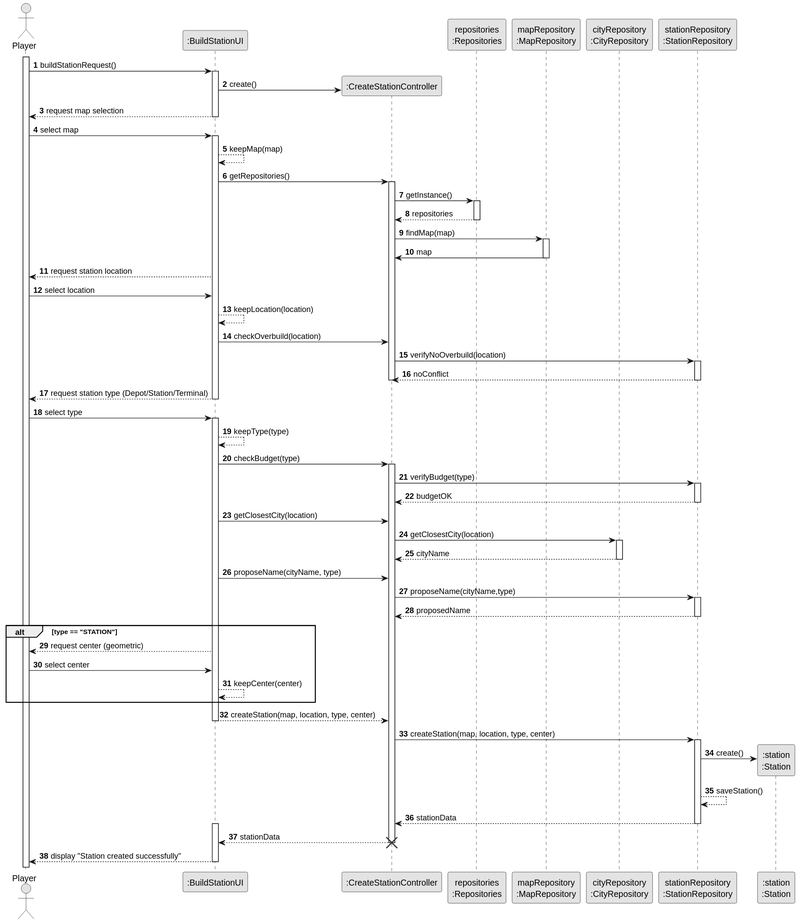
goncalolopesp/sem2-pi-24.25-g093-repo keeps this PlantUML diagram as docs/system-documentation/US005/03.design/svg/US005-SD.svg. Above is the earlier version.
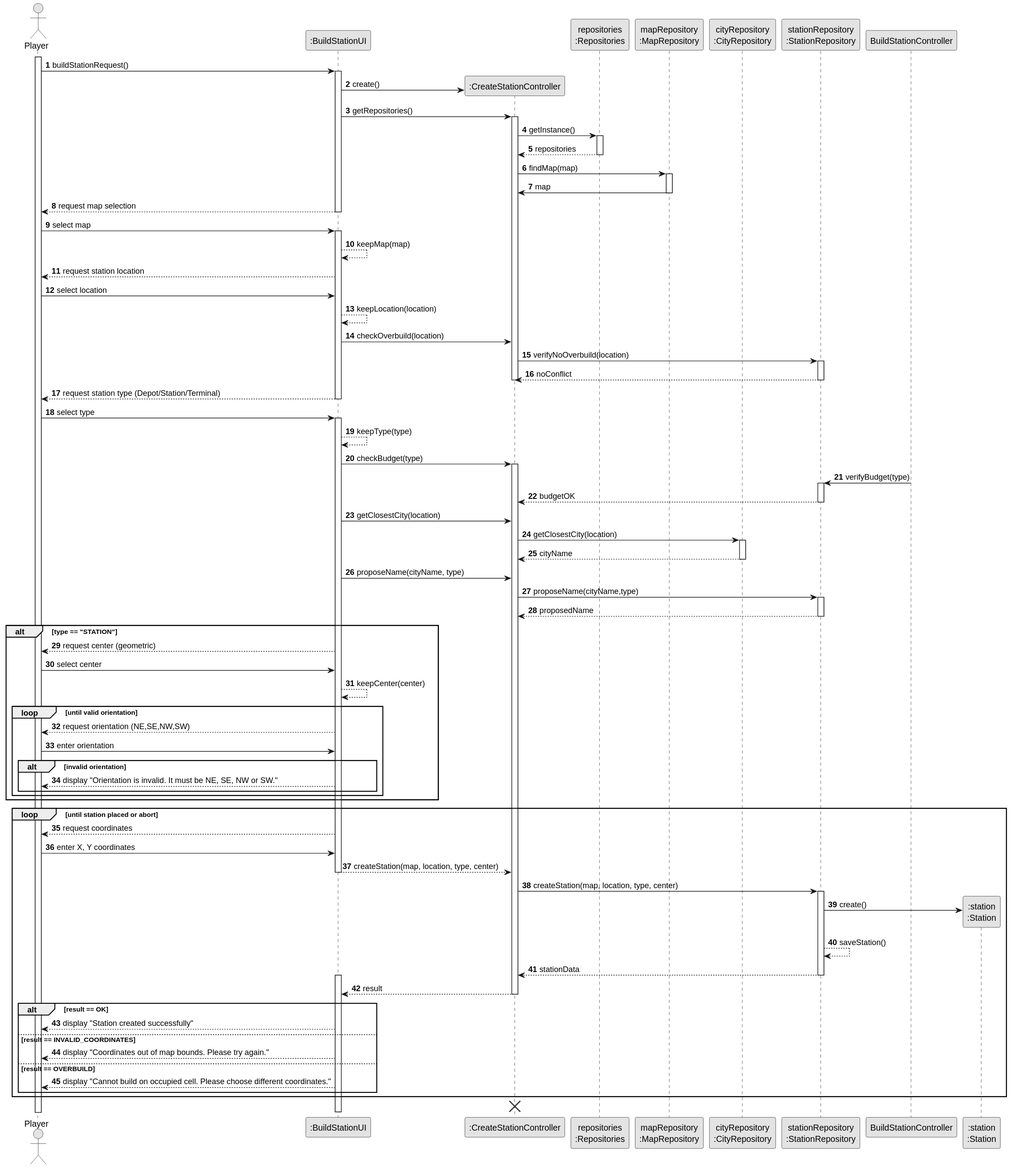
After the change.

The edit, as a diff of the source:
```diff
@@ -7,19 +7,30 @@
 
 actor "Player" as Player
 participant ":BuildStationUI" as BuildStationUI
-
-
-activate Player
-
-Player -> BuildStationUI : buildStationRequest()
-create ":CreateStationController" as BuildStationController
-activate BuildStationUI
-BuildStationUI -> BuildStationController: create()
+participant ":CreateStationController" as CreateStationController
 participant "repositories\n:Repositories" as Repositories
 participant "mapRepository\n:MapRepository" as MapRepository
 participant "cityRepository\n:CityRepository" as CityRepository
 participant "stationRepository\n:StationRepository" as StationRepository
 
+activate Player
+
+Player -> BuildStationUI : buildStationRequest()
+create CreateStationController
+activate BuildStationUI
+BuildStationUI -> CreateStationController: create()
+
+BuildStationUI -> CreateStationController : getRepositories()
+activate CreateStationController
+CreateStationController -> Repositories : getInstance()
+activate Repositories
+Repositories --> CreateStationController : repositories
+deactivate Repositories
+
+CreateStationController -> MapRepository: findMap(map)
+activate MapRepository
+MapRepository -> CreateStationController: map
+deactivate MapRepository
 
 BuildStationUI --> Player : request map selection
 deactivate BuildStationUI
@@ -27,83 +38,84 @@
 activate BuildStationUI
 BuildStationUI --> BuildStationUI : keepMap(map)
 
-
-BuildStationUI -> BuildStationController : getRepositories()
-activate BuildStationController
-BuildStationController -> Repositories : getInstance()
-activate Repositories
-Repositories --> BuildStationController : repositories
-deactivate Repositories
-
-BuildStationController -> MapRepository: findMap(map)
-activate MapRepository
-MapRepository -> BuildStationController: map
-deactivate MapRepository
-
 BuildStationUI --> Player : request station location
-
 Player -> BuildStationUI : select location
-
 BuildStationUI --> BuildStationUI : keepLocation(location)
 
-BuildStationUI -> BuildStationController : checkOverbuild(location)
-BuildStationController -> StationRepository : verifyNoOverbuild(location)
+BuildStationUI -> CreateStationController : checkOverbuild(location)
+CreateStationController -> StationRepository : verifyNoOverbuild(location)
 activate StationRepository
-StationRepository --> BuildStationController : noConflict
+StationRepository --> CreateStationController : noConflict
 deactivate StationRepository
 
-deactivate BuildStationController
+deactivate CreateStationController
 BuildStationUI --> Player : request station type (Depot/Station/Terminal)
 deactivate BuildStationUI
 Player -> BuildStationUI : select type
 activate BuildStationUI
 BuildStationUI --> BuildStationUI : keepType(type)
 
-BuildStationUI -> BuildStationController : checkBudget(type)
-activate BuildStationController
+BuildStationUI -> CreateStationController : checkBudget(type)
+activate CreateStationController
 BuildStationController -> StationRepository : verifyBudget(type)
-
 activate StationRepository
-StationRepository --> BuildStationController : budgetOK
+StationRepository --> CreateStationController : budgetOK
 deactivate StationRepository
 
-
-
-BuildStationUI -> BuildStationController : getClosestCity(location)
-BuildStationController -> CityRepository: getClosestCity(location)
+BuildStationUI -> CreateStationController : getClosestCity(location)
+CreateStationController -> CityRepository: getClosestCity(location)
 activate CityRepository
-CityRepository --> BuildStationController : cityName
+CityRepository --> CreateStationController : cityName
 deactivate CityRepository
-BuildStationUI -> BuildStationController : proposeName(cityName, type)
-BuildStationController -> StationRepository : proposeName(cityName,type)
+BuildStationUI -> CreateStationController : proposeName(cityName, type)
+CreateStationController -> StationRepository : proposeName(cityName,type)
 activate StationRepository
-StationRepository --> BuildStationController : proposedName
+StationRepository --> CreateStationController : proposedName
 deactivate StationRepository
-
 
 alt type == "STATION"
   BuildStationUI --> Player : request center (geometric)
   Player -> BuildStationUI : select center
   BuildStationUI --> BuildStationUI : keepCenter(center)
+
+  loop until valid orientation
+    BuildStationUI --> Player : request orientation (NE,SE,NW,SW)
+    Player -> BuildStationUI : enter orientation
+    alt invalid orientation
+      BuildStationUI --> Player : display "Orientation is invalid. It must be NE, SE, NW or SW."
+    end
+  end
 end
 
-BuildStationUI --> BuildStationController : createStation(map, location, type, center)
-deactivate BuildStationUI
-BuildStationController -> StationRepository : createStation(map, location, type, center)
-activate StationRepository
-create ":station\n:Station" as Station
+loop until station placed or abort
+  BuildStationUI --> Player : request coordinates
+  Player -> BuildStationUI : enter X, Y coordinates
 
-StationRepository -> Station: create()
+  BuildStationUI --> CreateStationController : createStation(map, location, type, center)
+  deactivate BuildStationUI
+  CreateStationController -> StationRepository : createStation(map, location, type, center)
+  activate StationRepository
+  create ":station\n:Station" as Station
 
-StationRepository --> StationRepository : saveStation()
-StationRepository --> BuildStationController : stationData
-deactivate StationRepository
+  StationRepository -> Station: create()
 
-activate BuildStationUI
-BuildStationController --> BuildStationUI : stationData
-deactivate BuildStationController
-destroy BuildStationController
+  StationRepository --> StationRepository : saveStation()
+  StationRepository --> CreateStationController : stationData
+  deactivate StationRepository
 
-BuildStationUI --> Player : display "Station created successfully"
+  activate BuildStationUI
+  CreateStationController --> BuildStationUI : result
+  deactivate CreateStationController
+
+  alt result == OK
+    BuildStationUI --> Player : display "Station created successfully"
+  else result == INVALID_COORDINATES
+    BuildStationUI --> Player : display "Coordinates out of map bounds. Please try again."
+  else result == OVERBUILD
+    BuildStationUI --> Player : display "Cannot build on occupied cell. Please choose different coordinates."
+  end
+end
+
+destroy CreateStationController
 deactivate BuildStationUI
 @enduml
```
